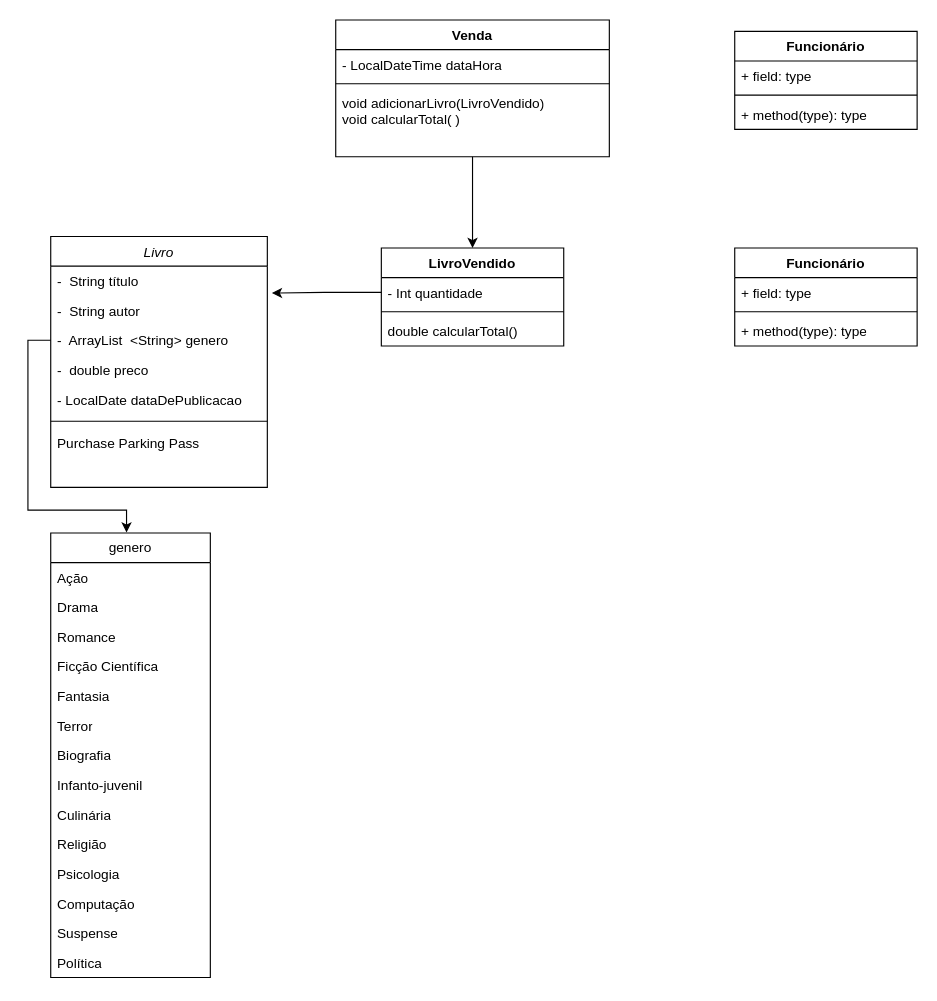
Earlier version of the draw.io diagram Projeto.drawio (Rliveira/ReadEasy). Source tidied: cells renumbered, new cells numbered last; positions are measured from the earlier drawing's top-left corner, leaving out a move shared by most shapes. Both pictures are drawn from the tidied source at 114%, with x=0, y=0 at pixel (27, 19).
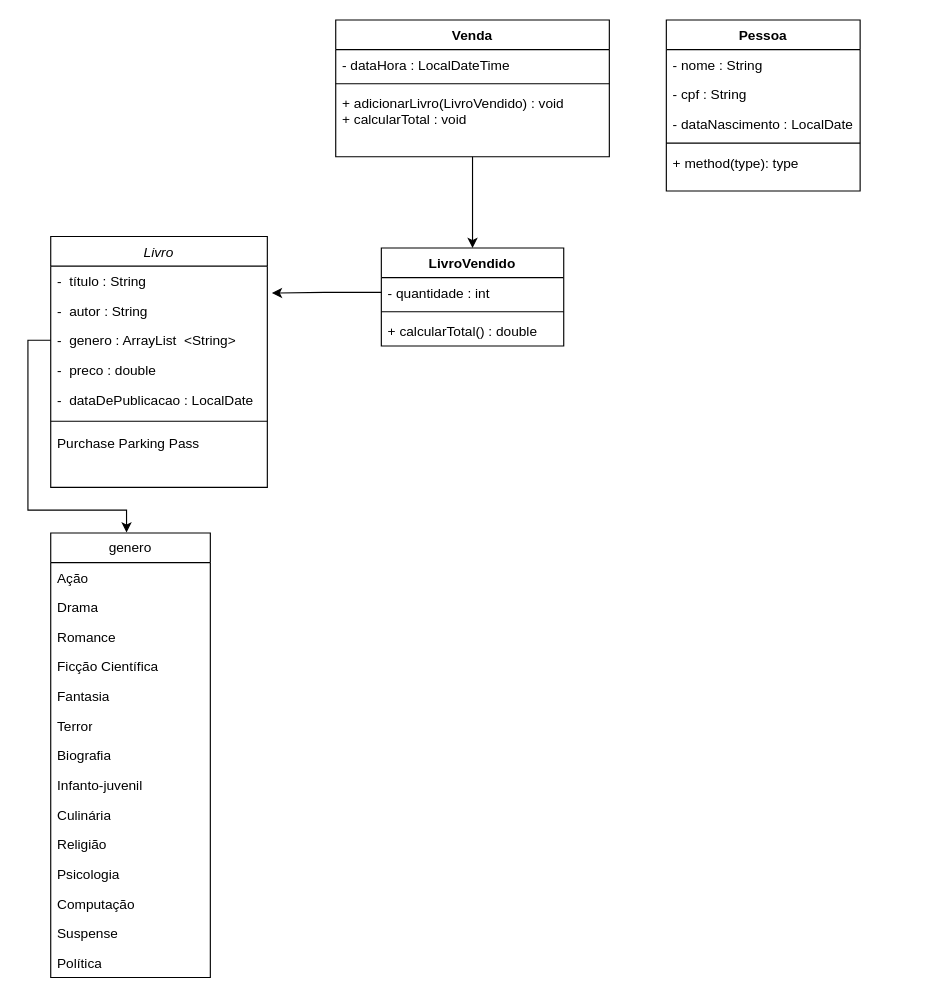
After the change.

The change refers to these unchanged cells:
```xml
<mxCell id="2" value="Livro" style="swimlane;fontStyle=2;align=center;verticalAlign=top;horizontal=1;startSize=26;rounded=0;shadow=0;strokeWidth=1;" parent="1" vertex="1">
  <mxGeometry x="20" y="190" width="190" height="220" as="geometry" />
</mxCell>
<mxCell id="30" value="LivroVendido" style="swimlane;fontStyle=1;align=center;verticalAlign=top;horizontal=1;startSize=26;whiteSpace=wrap;html=1;" parent="1" vertex="1">
  <mxGeometry x="310" y="200" width="160" height="86" as="geometry" />
</mxCell>
<mxCell id="34" value="Venda" style="swimlane;fontStyle=1;align=center;verticalAlign=top;horizontal=1;startSize=26;whiteSpace=wrap;html=1;" parent="1" vertex="1">
  <mxGeometry x="270" width="240" height="120" as="geometry" />
</mxCell>
```

Diff of the diagram source:
```diff
@@
-    <mxCell id="3" value="-  String título" style="text;align=left;verticalAlign=top;spacingLeft=4;spacingRight=4;overflow=hidden;rounded=0;shadow=0;html=0;" parent="2" vertex="1">
+    <mxCell id="3" value="-  título : String" style="text;align=left;verticalAlign=top;spacingLeft=4;spacingRight=4;overflow=hidden;rounded=0;shadow=0;html=0;" parent="2" vertex="1">
       <mxGeometry y="26" width="190" height="26" as="geometry" />
     </mxCell>
-    <mxCell id="4" value="-  String autor" style="text;align=left;verticalAlign=top;spacingLeft=4;spacingRight=4;overflow=hidden;points=[[0,0.5],[1,0.5]];portConstraint=eastwest;rounded=0;shadow=0;html=0;" parent="2" vertex="1">
+    <mxCell id="4" value="-  autor : String" style="text;align=left;verticalAlign=top;spacingLeft=4;spacingRight=4;overflow=hidden;points=[[0,0.5],[1,0.5]];portConstraint=eastwest;rounded=0;shadow=0;html=0;" parent="2" vertex="1">
       <mxGeometry y="52" width="190" height="26" as="geometry" />
     </mxCell>
-    <mxCell id="5" value="-  ArrayList  &lt;String&gt; genero" style="text;align=left;verticalAlign=top;spacingLeft=4;spacingRight=4;overflow=hidden;points=[[0,0.5],[1,0.5]];portConstraint=eastwest;rounded=0;shadow=0;html=0;" parent="2" vertex="1">
+    <mxCell id="5" value="-  genero : ArrayList  &lt;String&gt;" style="text;align=left;verticalAlign=top;spacingLeft=4;spacingRight=4;overflow=hidden;points=[[0,0.5],[1,0.5]];portConstraint=eastwest;rounded=0;shadow=0;html=0;" parent="2" vertex="1">
       <mxGeometry y="78" width="190" height="26" as="geometry" />
     </mxCell>
-    <mxCell id="6" value="-  double preco&#10;" style="text;align=left;verticalAlign=top;spacingLeft=4;spacingRight=4;overflow=hidden;rounded=0;shadow=0;html=0;" parent="2" vertex="1">
+    <mxCell id="6" value="-  preco : double&#10;" style="text;align=left;verticalAlign=top;spacingLeft=4;spacingRight=4;overflow=hidden;rounded=0;shadow=0;html=0;" parent="2" vertex="1">
       <mxGeometry y="104" width="190" height="26" as="geometry" />
     </mxCell>
-    <mxCell id="7" value="- LocalDate dataDePublicacao&#10;" style="text;align=left;verticalAlign=top;spacingLeft=4;spacingRight=4;overflow=hidden;rounded=0;shadow=0;html=0;" parent="2" vertex="1">
+    <mxCell id="7" value="-  dataDePublicacao : LocalDate&#10;" style="text;align=left;verticalAlign=top;spacingLeft=4;spacingRight=4;overflow=hidden;rounded=0;shadow=0;html=0;" parent="2" vertex="1">
       <mxGeometry y="130" width="190" height="26" as="geometry" />
     </mxCell>
@@
-    <mxCell id="10" value="Funcionário&lt;br&gt;" style="swimlane;fontStyle=1;align=center;verticalAlign=top;horizontal=1;startSize=26;whiteSpace=wrap;html=1;" parent="1" vertex="1">
-      <mxGeometry x="620" y="10" width="160" height="86" as="geometry" />
-    </mxCell>
-    <mxCell id="11" value="+ field: type" style="text;strokeColor=none;fillColor=none;align=left;verticalAlign=top;spacingLeft=4;spacingRight=4;overflow=hidden;whiteSpace=wrap;html=1;" parent="10" vertex="1">
-      <mxGeometry y="26" width="160" height="26" as="geometry" />
-    </mxCell>
-    <mxCell id="12" style="line;strokeWidth=1;fillColor=none;align=left;verticalAlign=middle;spacingTop=-1;spacingLeft=3;spacingRight=3;labelPosition=right;strokeColor=inherit;" parent="10" vertex="1">
-      <mxGeometry y="52" width="160" height="8" as="geometry" />
-    </mxCell>
-    <mxCell id="13" value="+ method(type): type" style="text;strokeColor=none;fillColor=none;align=left;verticalAlign=top;spacingLeft=4;spacingRight=4;overflow=hidden;whiteSpace=wrap;html=1;" parent="10" vertex="1">
-      <mxGeometry y="60" width="160" height="26" as="geometry" />
-    </mxCell>
@@
-    <mxCell id="31" value="- Int quantidade" style="text;strokeColor=none;fillColor=none;align=left;verticalAlign=top;spacingLeft=4;spacingRight=4;overflow=hidden;points=[[0,0.5],[1,0.5]];portConstraint=eastwest;whiteSpace=wrap;html=1;" parent="30" vertex="1">
+    <mxCell id="31" value="- quantidade : int&amp;nbsp;" style="text;strokeColor=none;fillColor=none;align=left;verticalAlign=top;spacingLeft=4;spacingRight=4;overflow=hidden;points=[[0,0.5],[1,0.5]];portConstraint=eastwest;whiteSpace=wrap;html=1;" parent="30" vertex="1">
       <mxGeometry y="26" width="160" height="26" as="geometry" />
     </mxCell>
@@
-    <mxCell id="33" value="double calcularTotal()" style="text;strokeColor=none;fillColor=none;align=left;verticalAlign=top;spacingLeft=4;spacingRight=4;overflow=hidden;whiteSpace=wrap;html=1;" parent="30" vertex="1">
+    <mxCell id="33" value="+ calcularTotal() : double" style="text;strokeColor=none;fillColor=none;align=left;verticalAlign=top;spacingLeft=4;spacingRight=4;overflow=hidden;whiteSpace=wrap;html=1;" parent="30" vertex="1">
       <mxGeometry y="60" width="160" height="26" as="geometry" />
     </mxCell>
@@
-    <mxCell id="35" value="- LocalDateTime dataHora" style="text;strokeColor=none;fillColor=none;align=left;verticalAlign=top;spacingLeft=4;spacingRight=4;overflow=hidden;whiteSpace=wrap;html=1;" parent="34" vertex="1">
+    <mxCell id="35" value="- dataHora : LocalDateTime&amp;nbsp;" style="text;strokeColor=none;fillColor=none;align=left;verticalAlign=top;spacingLeft=4;spacingRight=4;overflow=hidden;whiteSpace=wrap;html=1;" parent="34" vertex="1">
       <mxGeometry y="26" width="240" height="26" as="geometry" />
     </mxCell>
@@
-    <mxCell id="37" value="void adicionarLivro(LivroVendido)&lt;br&gt;void calcularTotal( )&lt;br&gt;" style="text;strokeColor=none;fillColor=none;align=left;verticalAlign=top;spacingLeft=4;spacingRight=4;overflow=hidden;whiteSpace=wrap;html=1;" parent="34" vertex="1">
+    <mxCell id="37" value="+ adicionarLivro(LivroVendido) : void&lt;br&gt;+ calcularTotal : void" style="text;strokeColor=none;fillColor=none;align=left;verticalAlign=top;spacingLeft=4;spacingRight=4;overflow=hidden;whiteSpace=wrap;html=1;" parent="34" vertex="1">
       <mxGeometry y="60" width="240" height="60" as="geometry" />
     </mxCell>
@@
-    <mxCell id="40" value="Funcionário&lt;br&gt;" style="swimlane;fontStyle=1;align=center;verticalAlign=top;horizontal=1;startSize=26;whiteSpace=wrap;html=1;" parent="1" vertex="1">
-      <mxGeometry x="620" y="200" width="160" height="86" as="geometry" />
-    </mxCell>
-    <mxCell id="41" value="+ field: type" style="text;strokeColor=none;fillColor=none;align=left;verticalAlign=top;spacingLeft=4;spacingRight=4;overflow=hidden;whiteSpace=wrap;html=1;" parent="40" vertex="1">
-      <mxGeometry y="26" width="160" height="26" as="geometry" />
-    </mxCell>
-    <mxCell id="42" style="line;strokeWidth=1;fillColor=none;align=left;verticalAlign=middle;spacingTop=-1;spacingLeft=3;spacingRight=3;labelPosition=right;strokeColor=inherit;" parent="40" vertex="1">
-      <mxGeometry y="52" width="160" height="8" as="geometry" />
-    </mxCell>
-    <mxCell id="43" value="+ method(type): type" style="text;strokeColor=none;fillColor=none;align=left;verticalAlign=top;spacingLeft=4;spacingRight=4;overflow=hidden;whiteSpace=wrap;html=1;" parent="40" vertex="1">
-      <mxGeometry y="60" width="160" height="26" as="geometry" />
-    </mxCell>
+    <mxCell id="44" value="Pessoa" style="swimlane;fontStyle=1;align=center;verticalAlign=top;horizontal=1;startSize=26;whiteSpace=wrap;html=1;" parent="1" vertex="1">
+      <mxGeometry x="560" width="170" height="150" as="geometry" />
+    </mxCell>
+    <mxCell id="45" value="- nome : String" style="text;strokeColor=none;fillColor=none;align=left;verticalAlign=top;spacingLeft=4;spacingRight=4;overflow=hidden;whiteSpace=wrap;html=1;" parent="44" vertex="1">
+      <mxGeometry y="26" width="170" height="26" as="geometry" />
+    </mxCell>
+    <mxCell id="46" value="- cpf : String" style="text;strokeColor=none;fillColor=none;align=left;verticalAlign=top;spacingLeft=4;spacingRight=4;overflow=hidden;whiteSpace=wrap;html=1;" parent="44" vertex="1">
+      <mxGeometry y="52" width="170" height="26" as="geometry" />
+    </mxCell>
+    <mxCell id="47" value="- dataNascimento : LocalDate" style="text;strokeColor=none;fillColor=none;align=left;verticalAlign=top;spacingLeft=4;spacingRight=4;overflow=hidden;whiteSpace=wrap;html=1;" parent="44" vertex="1">
+      <mxGeometry y="78" width="170" height="26" as="geometry" />
+    </mxCell>
+    <mxCell id="48" style="line;strokeWidth=1;fillColor=none;align=left;verticalAlign=middle;spacingTop=-1;spacingLeft=3;spacingRight=3;labelPosition=right;strokeColor=inherit;" parent="44" vertex="1">
+      <mxGeometry y="104" width="170" height="8" as="geometry" />
+    </mxCell>
+    <mxCell id="49" value="+ method(type): type" style="text;strokeColor=none;fillColor=none;align=left;verticalAlign=top;spacingLeft=4;spacingRight=4;overflow=hidden;whiteSpace=wrap;html=1;" parent="44" vertex="1">
+      <mxGeometry y="112" width="170" height="38" as="geometry" />
+    </mxCell>
```
